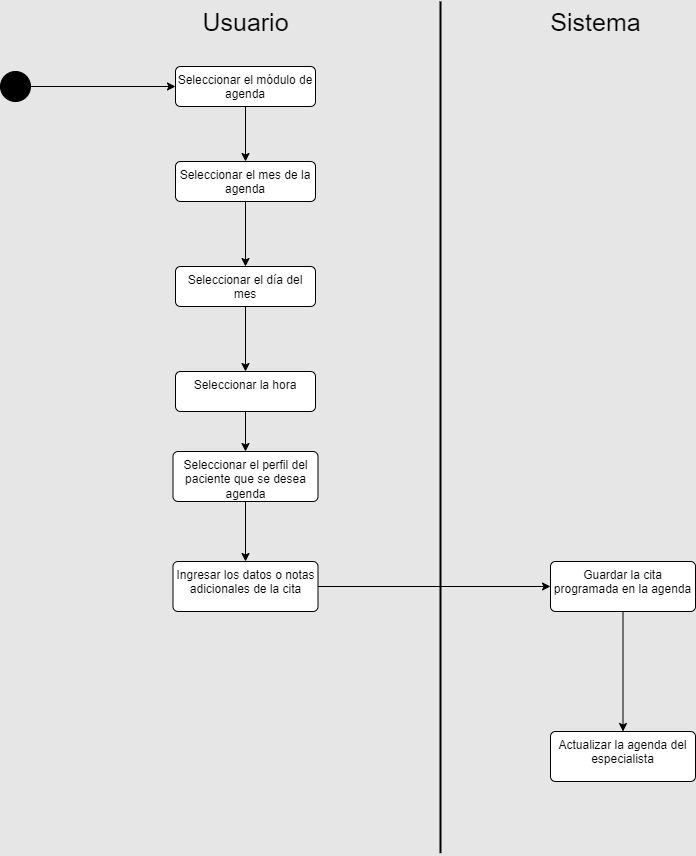
This is Diagrama de actividad/Agendar cita.png from CH3MOO/SpecialityX, a draw.io export, as it was before one commit. Source tidied: cells renumbered, new cells last; positions are measured from the earlier drawing's top-left corner, leaving out a move shared by most shapes.
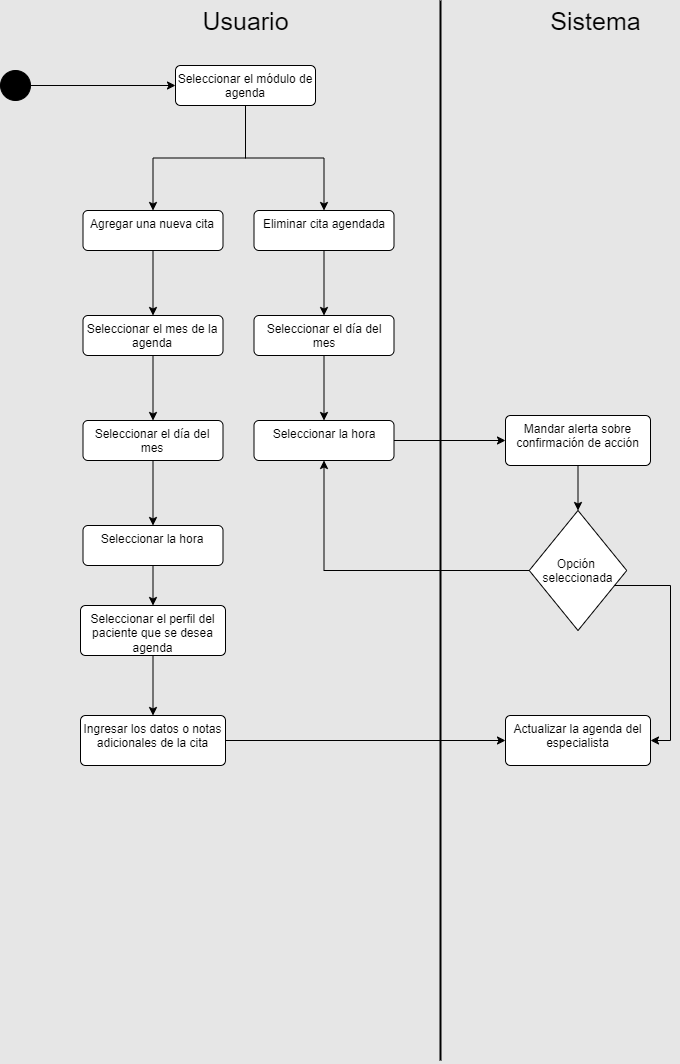
Later version of the same file.

What changed in the source:
```diff
@@ -16,13 +16,16 @@
     </mxCell>
     <mxCell id="6" style="endArrow=none;html=1;rounded=0;strokeWidth=2;" parent="1" edge="1">
       <mxGeometry relative="1" as="geometry">
-        <mxPoint x="440" y="851.7" as="sourcePoint" />
+        <mxPoint x="440" y="1060" as="sourcePoint" />
         <mxPoint x="440" as="targetPoint" />
       </mxGeometry>
     </mxCell>
-    <mxCell id="7" style="edgeStyle=orthogonalEdgeStyle;rounded=0;jettySize=auto;html=1;" parent="1" edge="1" source="8" target="10">
+    <mxCell id="7" style="edgeStyle=orthogonalEdgeStyle;rounded=0;jettySize=auto;html=1;" parent="1" edge="1" source="8" target="32">
       <mxGeometry relative="1" as="geometry" />
     </mxCell>
+    <mxCell id="22" style="edgeStyle=orthogonalEdgeStyle;rounded=0;jettySize=auto;html=1;" parent="1" edge="1" source="8" target="24">
+      <mxGeometry relative="1" as="geometry" />
+    </mxCell>
     <mxCell id="8" value="Seleccionar el módulo de agenda" style="html=1;align=center;verticalAlign=top;rounded=1;absoluteArcSize=1;arcSize=10;dashed=0;whiteSpace=wrap;" parent="1" vertex="1">
       <mxGeometry x="175" y="65" width="140" height="40" as="geometry" />
     </mxCell>
@@ -30,40 +33,78 @@
       <mxGeometry relative="1" as="geometry" />
     </mxCell>
     <mxCell id="10" value="Seleccionar el mes de la agenda" style="html=1;align=center;verticalAlign=top;rounded=1;absoluteArcSize=1;arcSize=10;dashed=0;whiteSpace=wrap;" parent="1" vertex="1">
-      <mxGeometry x="175" y="160" width="140" height="40" as="geometry" />
+      <mxGeometry x="82.5" y="315" width="140" height="40" as="geometry" />
     </mxCell>
     <mxCell id="11" style="edgeStyle=orthogonalEdgeStyle;rounded=0;jettySize=auto;html=1;" parent="1" edge="1" source="12" target="14">
       <mxGeometry relative="1" as="geometry" />
     </mxCell>
     <mxCell id="12" value="Seleccionar el día del mes" style="html=1;align=center;verticalAlign=top;rounded=1;absoluteArcSize=1;arcSize=10;dashed=0;whiteSpace=wrap;" parent="1" vertex="1">
-      <mxGeometry x="175" y="265" width="140" height="40" as="geometry" />
+      <mxGeometry x="82.5" y="420" width="140" height="40" as="geometry" />
     </mxCell>
     <mxCell id="13" style="edgeStyle=orthogonalEdgeStyle;rounded=0;jettySize=auto;html=1;" parent="1" edge="1" source="14" target="16">
       <mxGeometry relative="1" as="geometry" />
     </mxCell>
     <mxCell id="14" value="Seleccionar la hora" style="html=1;align=center;verticalAlign=top;rounded=1;absoluteArcSize=1;arcSize=10;dashed=0;whiteSpace=wrap;" parent="1" vertex="1">
-      <mxGeometry x="175" y="370" width="140" height="40" as="geometry" />
+      <mxGeometry x="82.5" y="525" width="140" height="40" as="geometry" />
     </mxCell>
     <mxCell id="15" style="edgeStyle=orthogonalEdgeStyle;rounded=0;jettySize=auto;html=1;" parent="1" edge="1" source="16" target="18">
       <mxGeometry relative="1" as="geometry" />
     </mxCell>
     <mxCell id="16" value="Seleccionar el perfil del paciente que se desea agenda" style="html=1;align=center;verticalAlign=top;rounded=1;absoluteArcSize=1;arcSize=10;dashed=0;whiteSpace=wrap;" parent="1" vertex="1">
-      <mxGeometry x="172.5" y="450" width="145" height="50" as="geometry" />
+      <mxGeometry x="80" y="605" width="145" height="50" as="geometry" />
     </mxCell>
-    <mxCell id="17" style="edgeStyle=orthogonalEdgeStyle;rounded=0;jettySize=auto;html=1;" parent="1" edge="1" source="18" target="21">
+    <mxCell id="17" style="edgeStyle=orthogonalEdgeStyle;rounded=0;jettySize=auto;html=1;" parent="1" edge="1" source="18" target="19">
       <mxGeometry relative="1" as="geometry" />
     </mxCell>
     <mxCell id="18" value="Ingresar los datos o notas adicionales de la cita" style="html=1;align=center;verticalAlign=top;rounded=1;absoluteArcSize=1;arcSize=10;dashed=0;whiteSpace=wrap;" parent="1" vertex="1">
-      <mxGeometry x="172.5" y="560" width="145" height="50" as="geometry" />
+      <mxGeometry x="80" y="715" width="145" height="50" as="geometry" />
     </mxCell>
     <mxCell id="19" value="Actualizar la agenda del especialista" style="html=1;align=center;verticalAlign=top;rounded=1;absoluteArcSize=1;arcSize=10;dashed=0;whiteSpace=wrap;" parent="1" vertex="1">
-      <mxGeometry x="550" y="730" width="145" height="50" as="geometry" />
+      <mxGeometry x="505" y="715" width="145" height="50" as="geometry" />
     </mxCell>
-    <mxCell id="20" style="edgeStyle=orthogonalEdgeStyle;rounded=0;jettySize=auto;html=1;" parent="1" edge="1" source="21" target="19">
-      <mxGeometry relative="1" as="geometry" />
-    </mxCell>
-    <mxCell id="21" value="Guardar la cita programada en la agenda" style="html=1;align=center;verticalAlign=top;rounded=1;absoluteArcSize=1;arcSize=10;dashed=0;whiteSpace=wrap;" parent="1" vertex="1">
-      <mxGeometry x="550" y="560" width="145" height="50" as="geometry" />
-    </mxCell>
+    <mxCell id="23" style="edgeStyle=orthogonalEdgeStyle;rounded=0;jettySize=auto;html=1;" parent="1" edge="1" source="24" target="26">
+      <mxGeometry relative="1" as="geometry" />
+    </mxCell>
+    <mxCell id="24" value="Eliminar cita agendada" style="html=1;align=center;verticalAlign=top;rounded=1;absoluteArcSize=1;arcSize=10;dashed=0;whiteSpace=wrap;" parent="1" vertex="1">
+      <mxGeometry x="253.5" y="210" width="140" height="40" as="geometry" />
+    </mxCell>
+    <mxCell id="25" style="edgeStyle=orthogonalEdgeStyle;rounded=0;jettySize=auto;html=1;" parent="1" edge="1" source="26" target="28">
+      <mxGeometry relative="1" as="geometry" />
+    </mxCell>
+    <mxCell id="26" value="Seleccionar el día del mes" style="html=1;align=center;verticalAlign=top;rounded=1;absoluteArcSize=1;arcSize=10;dashed=0;whiteSpace=wrap;" parent="1" vertex="1">
+      <mxGeometry x="253.5" y="315" width="140" height="40" as="geometry" />
+    </mxCell>
+    <mxCell id="27" style="edgeStyle=orthogonalEdgeStyle;rounded=0;jettySize=auto;html=1;" parent="1" edge="1" source="28" target="30">
+      <mxGeometry relative="1" as="geometry" />
+    </mxCell>
+    <mxCell id="28" value="Seleccionar la hora" style="html=1;align=center;verticalAlign=top;rounded=1;absoluteArcSize=1;arcSize=10;dashed=0;whiteSpace=wrap;" parent="1" vertex="1">
+      <mxGeometry x="253.5" y="420" width="140" height="40" as="geometry" />
+    </mxCell>
+    <mxCell id="29" style="edgeStyle=orthogonalEdgeStyle;rounded=0;jettySize=auto;html=1;" parent="1" edge="1" source="30" target="35">
+      <mxGeometry relative="1" as="geometry" />
+    </mxCell>
+    <mxCell id="30" value="Mandar alerta sobre confirmación de acción" style="html=1;align=center;verticalAlign=top;rounded=1;absoluteArcSize=1;arcSize=10;dashed=0;whiteSpace=wrap;" parent="1" vertex="1">
+      <mxGeometry x="505" y="415" width="145" height="50" as="geometry" />
+    </mxCell>
+    <mxCell id="31" style="edgeStyle=orthogonalEdgeStyle;rounded=0;jettySize=auto;html=1;" parent="1" edge="1" source="32" target="10">
+      <mxGeometry relative="1" as="geometry" />
+    </mxCell>
+    <mxCell id="32" value="Agregar una nueva cita" style="html=1;align=center;verticalAlign=top;rounded=1;absoluteArcSize=1;arcSize=10;dashed=0;whiteSpace=wrap;" parent="1" vertex="1">
+      <mxGeometry x="82.5" y="210" width="140" height="40" as="geometry" />
+    </mxCell>
+    <mxCell id="33" style="edgeStyle=orthogonalEdgeStyle;rounded=0;jettySize=auto;html=1;" parent="1" edge="1" source="35" target="28">
+      <mxGeometry relative="1" as="geometry" />
+    </mxCell>
+    <mxCell id="34" style="edgeStyle=orthogonalEdgeStyle;rounded=0;jettySize=auto;html=1;" parent="1" edge="1" source="35" target="19">
+      <mxGeometry relative="1" as="geometry">
+        <Array as="points">
+          <mxPoint x="670" y="585" />
+          <mxPoint x="670" y="740" />
+        </Array>
+      </mxGeometry>
+    </mxCell>
+    <mxCell id="35" value="Opción &#10;seleccionada" style="rhombus;" parent="1" vertex="1">
+      <mxGeometry x="528.8" y="510" width="97.5" height="120" as="geometry" />
+    </mxCell>
   </root>
 </mxGraphModel>
```
